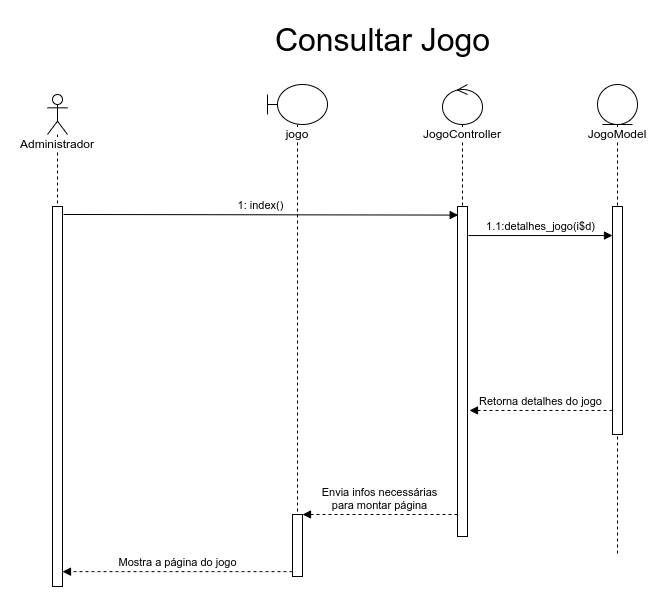
Above: docs/Diagramas/Diagrama-Sequência/Sequencia-Jogo Consultar.drawio.png in joaopaulo7/GCC188-Projeto-Final (draw.io), before the change. Source tidied: cells renumbered, new cells last; positions are measured from the earlier drawing's top-left corner, leaving out a move shared by most shapes.
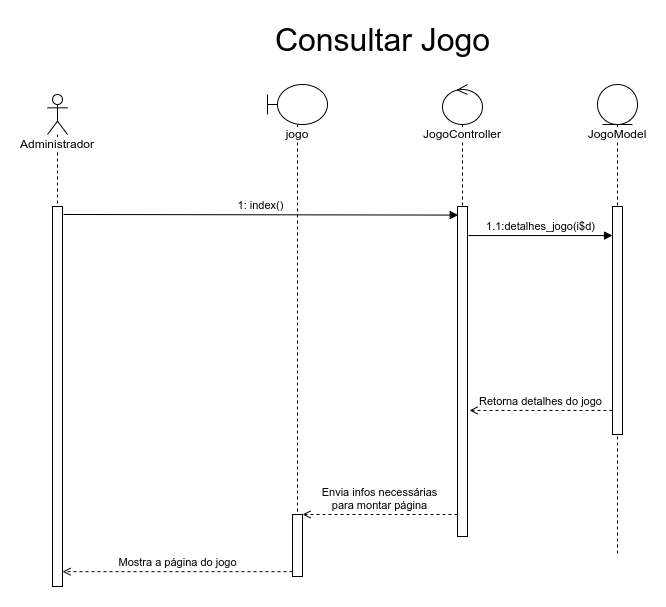
Later version of the same file.

Change to the diagram source:
```diff
@@ -26,7 +26,7 @@
     <mxCell id="9" value="1: index()" style="html=1;verticalAlign=bottom;endArrow=block;rounded=0;exitX=1.1;exitY=0.021;exitDx=0;exitDy=0;exitPerimeter=0;entryX=0.071;entryY=0.026;entryDx=0;entryDy=0;entryPerimeter=0;" parent="1" edge="1" source="3" target="7">
       <mxGeometry relative="1" as="geometry" />
     </mxCell>
-    <mxCell id="10" value="Envia infos necessárias&lt;br&gt;para montar página" style="html=1;verticalAlign=bottom;endArrow=block;rounded=0;dashed=1;" parent="1" edge="1" source="7" target="5">
+    <mxCell id="10" value="Envia infos necessárias&lt;br&gt;para montar página" style="html=1;verticalAlign=bottom;endArrow=open;rounded=0;dashed=1;endFill=0;" parent="1" edge="1" source="7" target="5">
       <mxGeometry relative="1" as="geometry" />
     </mxCell>
     <mxCell id="11" value="JogoModel" style="shape=umlLifeline;participant=umlEntity;perimeter=lifelinePerimeter;whiteSpace=wrap;html=1;verticalAlign=top;spacingTop=36;labelBackgroundColor=#FFFFFF;fillColor=default;" parent="1" vertex="1">
@@ -38,10 +38,10 @@
     <mxCell id="13" value="1.1:detalhes_jogo(i$d)" style="html=1;verticalAlign=bottom;endArrow=block;rounded=0;exitX=1.1;exitY=0.088;exitDx=0;exitDy=0;exitPerimeter=0;" parent="1" edge="1" source="7" target="12">
       <mxGeometry relative="1" as="geometry" />
     </mxCell>
-    <mxCell id="14" value="Retorna detalhes do jogo" style="html=1;verticalAlign=bottom;endArrow=block;rounded=0;dashed=1;entryX=1.2;entryY=0.618;entryDx=0;entryDy=0;entryPerimeter=0;" parent="1" edge="1" source="12" target="7">
+    <mxCell id="14" value="Retorna detalhes do jogo" style="html=1;verticalAlign=bottom;endArrow=open;rounded=0;dashed=1;entryX=1.2;entryY=0.618;entryDx=0;entryDy=0;entryPerimeter=0;endFill=0;" parent="1" edge="1" source="12" target="7">
       <mxGeometry relative="1" as="geometry" />
     </mxCell>
-    <mxCell id="15" value="Mostra a página do jogo" style="html=1;verticalAlign=bottom;endArrow=block;rounded=0;dashed=1;exitX=0;exitY=0.922;exitDx=0;exitDy=0;exitPerimeter=0;" parent="1" edge="1" source="5" target="3">
+    <mxCell id="15" value="Mostra a página do jogo" style="html=1;verticalAlign=bottom;endArrow=open;rounded=0;dashed=1;exitX=0;exitY=0.922;exitDx=0;exitDy=0;exitPerimeter=0;endFill=0;" parent="1" edge="1" source="5" target="3">
       <mxGeometry relative="1" as="geometry" />
     </mxCell>
   </root>
```
